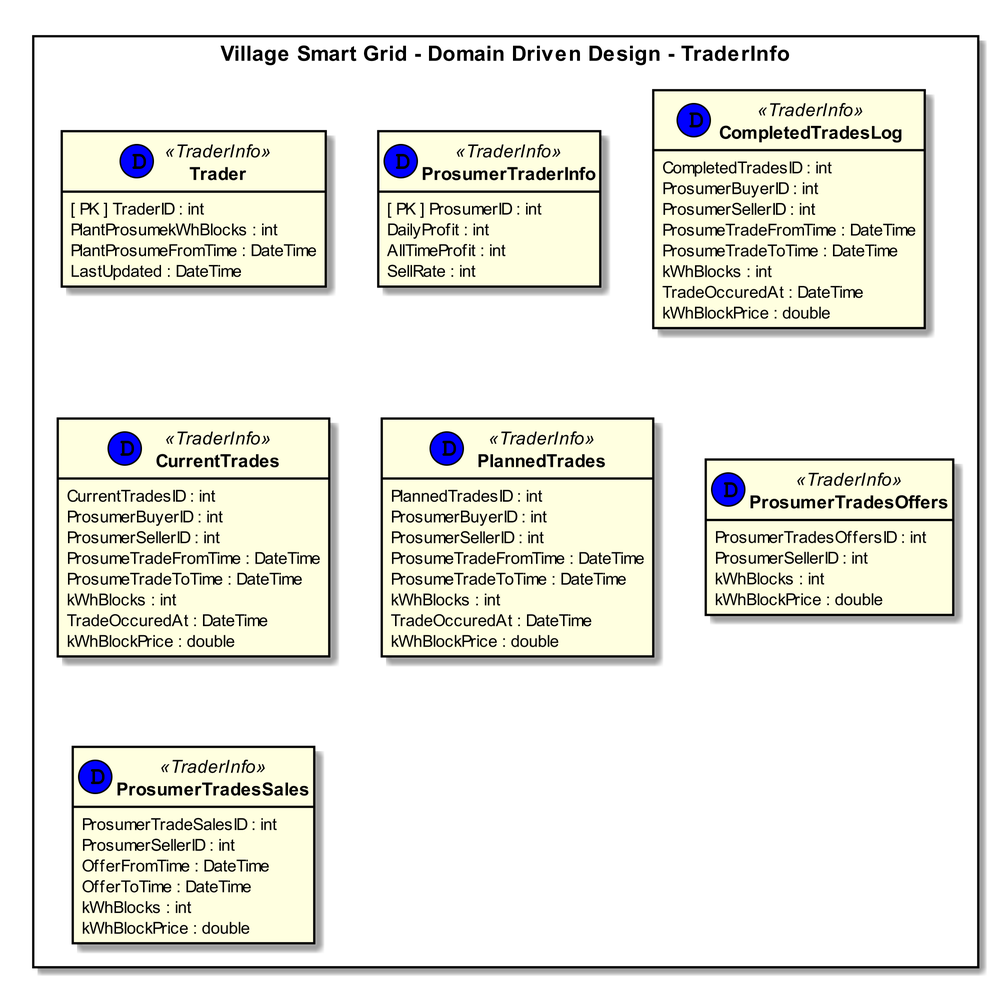
The PlantUML diagram DiagrammerOgLatex/images/diagrammer/DDD-trader/ddd-diagram-trader.png in BadaBoomski/BadHandin4, before a commit.
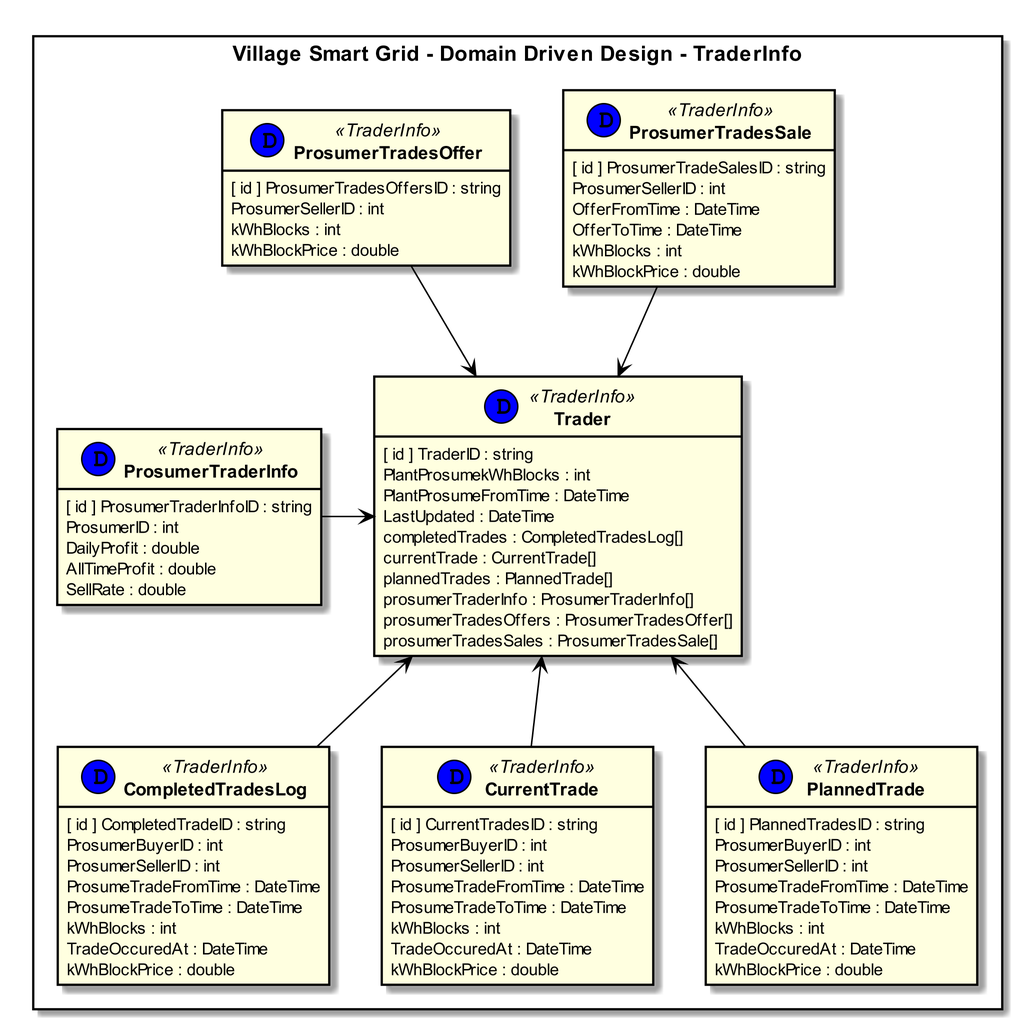
The same file after the commit.

Commit message:
ændret diagrammer

Diff of the diagram source:
```diff
@@ -46,24 +46,33 @@
 package "Village Smart Grid - Domain Driven Design - TraderInfo" <<Rectangle>> {
     class Trader << (D,#0000FF) TraderInfo >>
     {
-        [ PK ] TraderID : int
+        [ id ] TraderID : string
         PlantProsumekWhBlocks : int
         PlantProsumeFromTime : DateTime
         LastUpdated : DateTime
+        completedTrades : CompletedTradesLog[]
+        currentTrade : CurrentTrade[]
+        plannedTrades : PlannedTrade[]
+        prosumerTraderInfo : ProsumerTraderInfo[]
+        prosumerTradesOffers : ProsumerTradesOffer[]
+        prosumerTradesSales : ProsumerTradesSale[]
     }
 
     class ProsumerTraderInfo << (D,#0000FF) TraderInfo >>
     {
-        [ PK ] ProsumerID : int
-        DailyProfit : int
-        AllTimeProfit : int
-        SellRate : int
+        [ id ] ProsumerTraderInfoID : string
+        ProsumerID : int
+        DailyProfit : double
+        AllTimeProfit : double
+        SellRate : double
 
     }
 
+    Trader <-right- ProsumerTraderInfo
+
     class CompletedTradesLog << (D,#0000FF) TraderInfo >>
     {
-        CompletedTradesID : int
+        [ id ] CompletedTradeID : string
         ProsumerBuyerID : int
         ProsumerSellerID : int
         ProsumeTradeFromTime : DateTime
@@ -73,9 +82,11 @@
         kWhBlockPrice : double
     }
 
-    class CurrentTrades << (D,#0000FF) TraderInfo >>
+    Trader <-up- CompletedTradesLog
+
+    class CurrentTrade << (D,#0000FF) TraderInfo >>
     {
-        CurrentTradesID : int
+        [ id ] CurrentTradesID : string
         ProsumerBuyerID : int
         ProsumerSellerID : int
         ProsumeTradeFromTime : DateTime
@@ -84,10 +95,11 @@
         TradeOccuredAt : DateTime
         kWhBlockPrice : double
     }
+    Trader <-up- CurrentTrade
 
-    class PlannedTrades << (D,#0000FF) TraderInfo >>
+    class PlannedTrade << (D,#0000FF) TraderInfo >>
     {
-        PlannedTradesID : int
+        [ id ] PlannedTradesID : string
         ProsumerBuyerID : int
         ProsumerSellerID : int
         ProsumeTradeFromTime : DateTime
@@ -96,23 +108,24 @@
         TradeOccuredAt : DateTime
         kWhBlockPrice : double
     }
-
-    class ProsumerTradesOffers << (D,#0000FF) TraderInfo >>
+    Trader <-up- PlannedTrade
+    class ProsumerTradesOffer << (D,#0000FF) TraderInfo >>
     {
-        ProsumerTradesOffersID : int
+        [ id ] ProsumerTradesOffersID : string
         ProsumerSellerID : int
         kWhBlocks : int
         kWhBlockPrice : double
     }
-
-    class ProsumerTradesSales << (D,#0000FF) TraderInfo >>
+    Trader <-down- ProsumerTradesOffer
+    class ProsumerTradesSale << (D,#0000FF) TraderInfo >>
     {
-        ProsumerTradeSalesID : int
+        [ id ] ProsumerTradeSalesID : string
         ProsumerSellerID : int
         OfferFromTime : DateTime
         OfferToTime : DateTime
         kWhBlocks : int
         kWhBlockPrice : double
     }
+    Trader <-down- ProsumerTradesSale
 }
 @enduml
```
